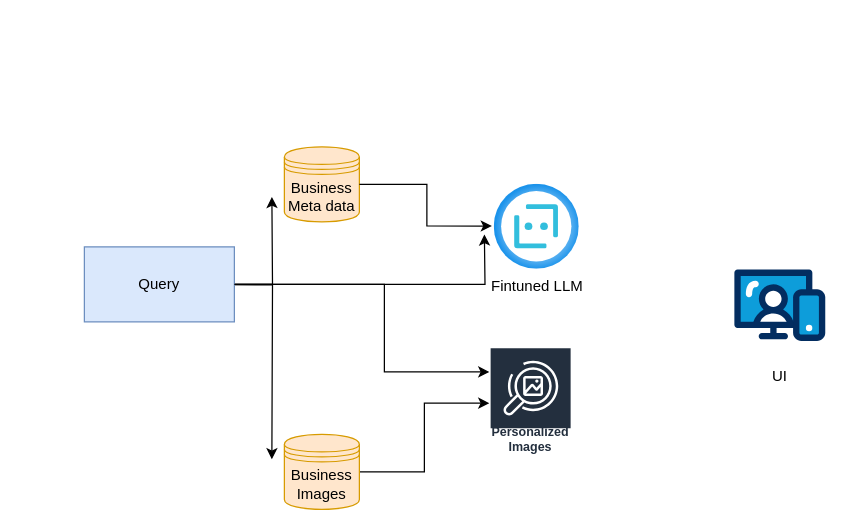
Above: r-bot.drawio in saidineshpola/BasicSR (draw.io), before the change. Source tidied: cells renumbered, new cells numbered last; positions are measured from the earlier drawing's top-left corner, leaving out a move shared by most shapes. Both pictures are drawn from the tidied source at 125%, with x=0, y=0 at pixel (84, 146).
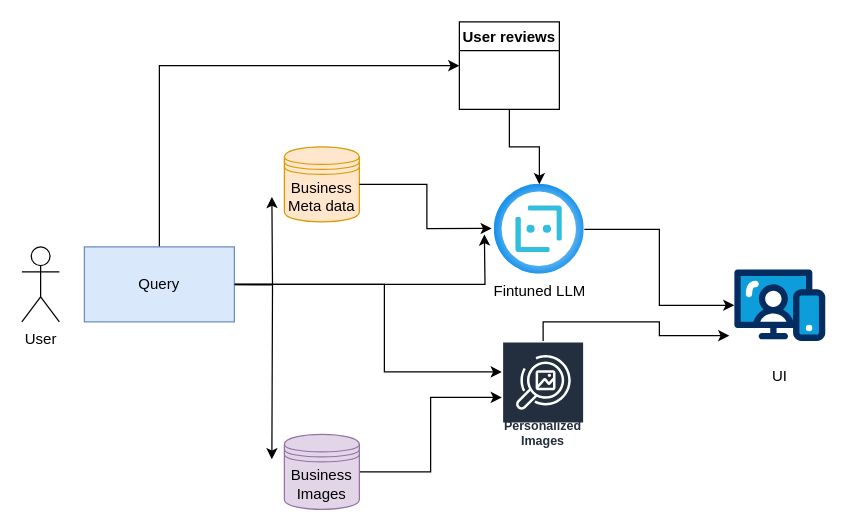
After the change.

The change refers to these unchanged cells:
```xml
<mxCell id="5" value="Query" style="rounded=0;whiteSpace=wrap;html=1;fillColor=#dae8fc;strokeColor=#6c8ebf;" parent="1" vertex="1">
  <mxGeometry y="80" width="120" height="60" as="geometry" />
</mxCell>
<mxCell id="13" value="UI" style="verticalLabelPosition=bottom;html=1;shape=mxgraph.salesforce.web;" parent="1" vertex="1">
  <mxGeometry x="520" y="98" width="72.7" height="57.4" as="geometry" />
</mxCell>
```

What changed in the source:
```diff
@@
+    <mxCell id="14" style="edgeStyle=orthogonalEdgeStyle;rounded=0;jettySize=auto;html=1;exitX=0.5;exitY=0;exitDx=0;exitDy=0;entryX=0;entryY=0.5;entryDx=0;entryDy=0;" parent="1" edge="1" source="5" target="19">
+      <mxGeometry relative="1" as="geometry" />
+    </mxCell>
@@
+    <mxCell id="15" style="edgeStyle=orthogonalEdgeStyle;rounded=0;jettySize=auto;html=1;" parent="1" edge="1" source="7" target="13">
+      <mxGeometry relative="1" as="geometry" />
+    </mxCell>
     <mxCell id="7" value="Fintuned LLM" style="image;html=1;points=[];align=center;fontSize=12;image=img/lib/azure2/ai_machine_learning/Bot_Services.svg;" parent="1" vertex="1">
-      <mxGeometry x="328" y="30" width="68" height="68" as="geometry" />
+      <mxGeometry x="328" y="30" width="72" height="72" as="geometry" />
     </mxCell>
@@
-    <mxCell id="9" value="Business Images" style="shape=datastore;whiteSpace=wrap;html=1;fillColor=#ffe6cc;strokeColor=#d79b00;" parent="1" vertex="1">
+    <mxCell id="9" value="Business Images" style="shape=datastore;whiteSpace=wrap;html=1;fillColor=#e1d5e7;strokeColor=#9673a6;" parent="1" vertex="1">
       <mxGeometry x="160" y="230" width="60" height="60" as="geometry" />
     </mxCell>
+    <mxCell id="16" style="edgeStyle=orthogonalEdgeStyle;rounded=0;jettySize=auto;html=1;entryX=-0.055;entryY=0.926;entryDx=0;entryDy=0;entryPerimeter=0;" parent="1" edge="1" source="10" target="13">
+      <mxGeometry relative="1" as="geometry">
+        <Array as="points">
+          <mxPoint x="367" y="140" />
+          <mxPoint x="460" y="140" />
+          <mxPoint x="460" y="151" />
+        </Array>
+      </mxGeometry>
+    </mxCell>
-    <mxCell id="10" value="Personalized Images" style="sketch=0;outlineConnect=0;fontColor=#232F3E;gradientColor=none;strokeColor=#ffffff;fillColor=#232F3E;dashed=0;verticalLabelPosition=middle;verticalAlign=bottom;align=center;html=1;whiteSpace=wrap;fontSize=10;fontStyle=1;spacing=3;shape=mxgraph.aws4.productIcon;prIcon=mxgraph.aws4.rekognition_image;" parent="1" vertex="1">
-      <mxGeometry x="324" y="160" width="66" height="90" as="geometry" />
+    <mxCell id="10" value="&lt;div&gt;&lt;br&gt;&lt;/div&gt;&lt;br&gt;Personalized Images" style="sketch=0;outlineConnect=0;fontColor=#232F3E;gradientColor=none;strokeColor=#ffffff;fillColor=#232F3E;dashed=0;verticalLabelPosition=middle;verticalAlign=bottom;align=center;html=1;whiteSpace=wrap;fontSize=10;fontStyle=1;spacing=3;shape=mxgraph.aws4.productIcon;prIcon=mxgraph.aws4.rekognition_image;" parent="1" vertex="1">
+      <mxGeometry x="334" y="155.4" width="66" height="90" as="geometry" />
     </mxCell>
@@
+    <mxCell id="17" value="User" style="shape=umlActor;verticalLabelPosition=bottom;verticalAlign=top;html=1;" parent="1" vertex="1">
+      <mxGeometry x="-50" y="80" width="30" height="60" as="geometry" />
+    </mxCell>
+    <mxCell id="18" style="edgeStyle=orthogonalEdgeStyle;rounded=0;jettySize=auto;html=1;" parent="1" edge="1" source="19" target="7">
+      <mxGeometry relative="1" as="geometry" />
+    </mxCell>
+    <mxCell id="19" value="User reviews" style="swimlane;" parent="1" vertex="1">
+      <mxGeometry x="300" y="-100" width="80" height="70" as="geometry" />
+    </mxCell>
```
